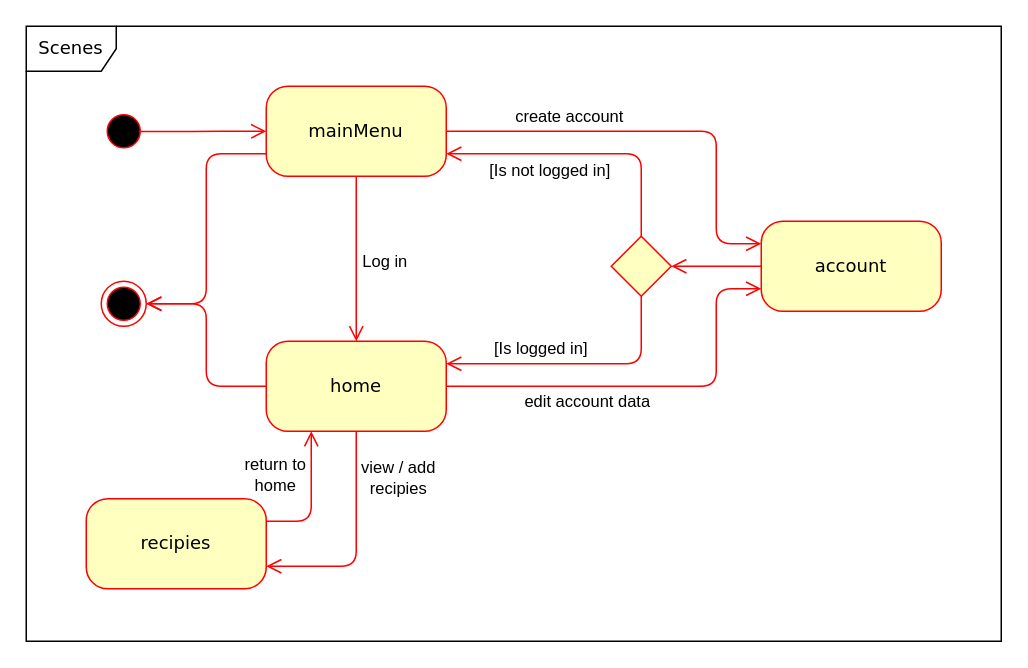
se-buw/nutri-buddy keeps this draw.io diagram as documents/StateChart_Scenes.drawio. Above is the earlier version. Source tidied: cells renumbered, new cells numbered last; positions are measured from the earlier drawing's top-left corner, leaving out a move shared by most shapes. Both pictures are drawn from the tidied source at 150%, with x=0, y=0 at pixel (26, 26).
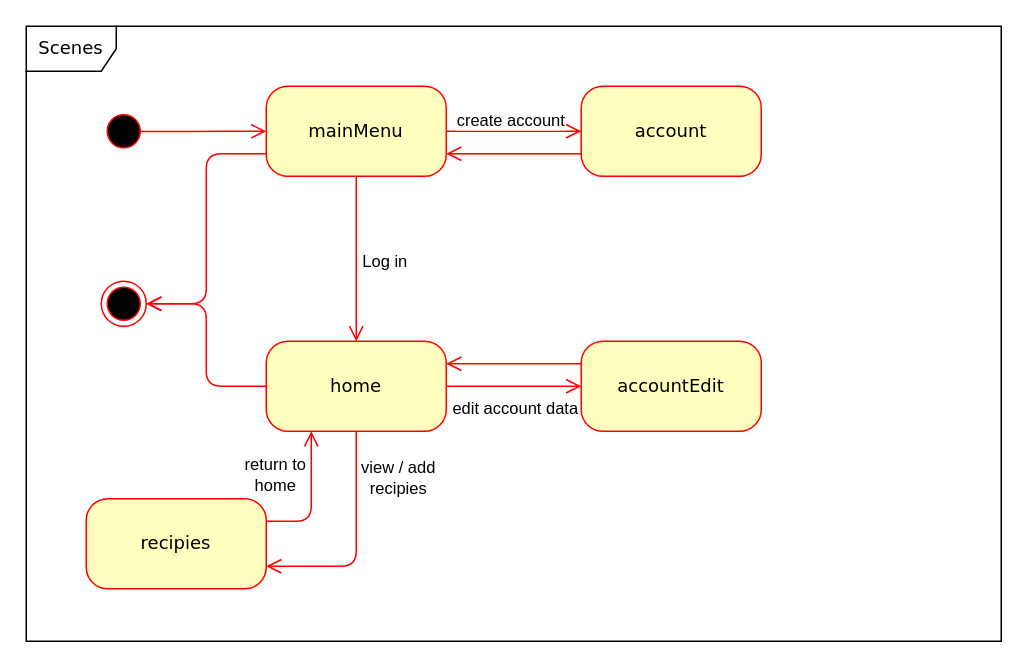
The same page after the edit.

Commit message (it also covers changes not shown here):
overwork overview

The change refers to these unchanged cells:
```xml
<mxCell id="4" value="home" style="rounded=1;whiteSpace=wrap;html=1;arcSize=24;fillColor=#ffffc0;strokeColor=#ff0000;shadow=0;comic=0;labelBackgroundColor=none;fontFamily=Verdana;fontSize=12;fontColor=#000000;align=center;" parent="1" vertex="1">
  <mxGeometry x="160" y="210" width="120" height="60" as="geometry" />
</mxCell>
<mxCell id="5" value="mainMenu" style="rounded=1;whiteSpace=wrap;html=1;arcSize=24;fillColor=#ffffc0;strokeColor=#ff0000;shadow=0;comic=0;labelBackgroundColor=none;fontFamily=Verdana;fontSize=12;fontColor=#000000;align=center;" parent="1" vertex="1">
  <mxGeometry x="160" y="40" width="120" height="60" as="geometry" />
</mxCell>
```

Diff of the diagram source:
```diff
@@
     <mxCell id="13" value="account" style="rounded=1;whiteSpace=wrap;html=1;arcSize=24;fillColor=#FFFFC0;strokeColor=#FF0000;shadow=0;comic=0;labelBackgroundColor=none;fontFamily=Verdana;fontSize=12;fontColor=#000000;align=center;" parent="1" vertex="1">
-      <mxGeometry x="490" y="130" width="120" height="60" as="geometry" />
+      <mxGeometry x="370" y="40" width="120" height="60" as="geometry" />
     </mxCell>
-    <mxCell id="14" style="edgeStyle=orthogonalEdgeStyle;html=1;exitX=1;exitY=0.5;labelBackgroundColor=none;endArrow=open;endSize=8;strokeColor=#ff0000;fontFamily=Verdana;fontSize=12;align=left;exitDx=0;exitDy=0;entryX=0;entryY=0.25;entryDx=0;entryDy=0;" parent="1" edge="1" source="5" target="13">
+    <mxCell id="14" style="edgeStyle=orthogonalEdgeStyle;html=1;exitX=1;exitY=0.5;labelBackgroundColor=none;endArrow=open;endSize=8;strokeColor=#ff0000;fontFamily=Verdana;fontSize=12;align=left;exitDx=0;exitDy=0;entryX=0;entryY=0.5;entryDx=0;entryDy=0;" parent="1" edge="1" source="5" target="13">
       <mxGeometry relative="1" as="geometry">
         <Array as="points">
-          <mxPoint x="460" y="70" />
-          <mxPoint x="460" y="145" />
+          <mxPoint x="360" y="70" />
+          <mxPoint x="360" y="70" />
         </Array>
       </mxGeometry>
     </mxCell>
     <mxCell id="15" value="create account" style="edgeLabel;html=1;align=center;verticalAlign=middle;" parent="14" vertex="1">
       <mxGeometry x="-0.4" y="1" relative="1" as="geometry">
-        <mxPoint x="-5" y="-10" as="offset" />
+        <mxPoint x="15" y="-7" as="offset" />
       </mxGeometry>
     </mxCell>
-    <mxCell id="16" style="edgeStyle=orthogonalEdgeStyle;html=1;exitX=1;exitY=0.5;labelBackgroundColor=none;endArrow=open;endSize=8;strokeColor=#ff0000;fontFamily=Verdana;fontSize=12;align=left;exitDx=0;exitDy=0;entryX=0;entryY=0.75;entryDx=0;entryDy=0;" parent="1" edge="1" source="4" target="13">
+    <mxCell id="16" style="edgeStyle=orthogonalEdgeStyle;html=1;exitX=1;exitY=0.5;labelBackgroundColor=none;endArrow=open;endSize=8;strokeColor=#ff0000;fontFamily=Verdana;fontSize=12;align=left;exitDx=0;exitDy=0;entryX=0;entryY=0.5;entryDx=0;entryDy=0;" parent="1" edge="1" source="4" target="28">
       <mxGeometry relative="1" as="geometry">
         <Array as="points">
-          <mxPoint x="460" y="240" />
-          <mxPoint x="460" y="175" />
+          <mxPoint x="360" y="240" />
+          <mxPoint x="360" y="240" />
         </Array>
       </mxGeometry>
     </mxCell>
     <mxCell id="17" value="edit account data" style="edgeLabel;html=1;align=center;verticalAlign=middle;" parent="16" vertex="1">
       <mxGeometry x="-0.11" y="1" relative="1" as="geometry">
-        <mxPoint x="-29" y="10" as="offset" />
+        <mxPoint x="5" y="15" as="offset" />
       </mxGeometry>
     </mxCell>
-    <mxCell id="18" style="edgeStyle=orthogonalEdgeStyle;html=1;exitX=0;exitY=0.5;labelBackgroundColor=none;endArrow=open;endSize=8;strokeColor=#ff0000;fontFamily=Verdana;fontSize=12;align=left;exitDx=0;exitDy=0;entryX=1;entryY=0.5;entryDx=0;entryDy=0;" parent="1" edge="1" source="13" target="19">
+    <mxCell id="18" style="edgeStyle=orthogonalEdgeStyle;html=1;exitX=0;exitY=0.75;labelBackgroundColor=none;endArrow=open;endSize=8;strokeColor=#ff0000;fontFamily=Verdana;fontSize=12;align=left;exitDx=0;exitDy=0;entryX=1;entryY=0.75;entryDx=0;entryDy=0;" parent="1" edge="1" source="13" target="5">
       <mxGeometry relative="1" as="geometry">
         <Array as="points">
-          <mxPoint x="440" y="160" />
+          <mxPoint x="360" y="85" />
+          <mxPoint x="360" y="85" />
         </Array>
       </mxGeometry>
     </mxCell>
-    <mxCell id="19" style="rhombus;whiteSpace=wrap;html=1;fillColor=#FFFFC0;strokeColor=#FF0000;" parent="1" vertex="1">
-      <mxGeometry x="390" y="140" width="40" height="40" as="geometry" />
-    </mxCell>
-    <mxCell id="20" style="edgeStyle=orthogonalEdgeStyle;html=1;exitX=0.5;exitY=1;labelBackgroundColor=none;endArrow=open;endSize=8;strokeColor=#ff0000;fontFamily=Verdana;fontSize=12;align=left;exitDx=0;exitDy=0;entryX=1;entryY=0.25;entryDx=0;entryDy=0;" parent="1" edge="1" source="19" target="4">
-      <mxGeometry relative="1" as="geometry">
-        <Array as="points">
-          <mxPoint x="410" y="225" />
-        </Array>
-      </mxGeometry>
+    <mxCell id="20" style="edgeStyle=orthogonalEdgeStyle;html=1;exitX=0;exitY=0.25;labelBackgroundColor=none;endArrow=open;endSize=8;strokeColor=#ff0000;fontFamily=Verdana;fontSize=12;align=left;exitDx=0;exitDy=0;entryX=1;entryY=0.25;entryDx=0;entryDy=0;" parent="1" edge="1" source="28" target="4">
+      <mxGeometry relative="1" as="geometry" />
     </mxCell>
-    <mxCell id="21" value="[Is logged in]" style="edgeLabel;html=1;align=center;verticalAlign=middle;" parent="20" vertex="1">
-      <mxGeometry x="-0.61" y="1" relative="1" as="geometry">
-        <mxPoint x="-69" as="offset" />
-      </mxGeometry>
-    </mxCell>
-    <mxCell id="22" style="edgeStyle=orthogonalEdgeStyle;html=1;exitX=0.5;exitY=0;labelBackgroundColor=none;endArrow=open;endSize=8;strokeColor=#ff0000;fontFamily=Verdana;fontSize=12;align=left;exitDx=0;exitDy=0;entryX=1;entryY=0.75;entryDx=0;entryDy=0;" parent="1" edge="1" source="19" target="5">
-      <mxGeometry relative="1" as="geometry">
-        <Array as="points">
-          <mxPoint x="410" y="85" />
-        </Array>
-      </mxGeometry>
-    </mxCell>
-    <mxCell id="23" value="[Is not logged in]" style="edgeLabel;html=1;align=center;verticalAlign=middle;" parent="22" vertex="1">
-      <mxGeometry x="-0.81" y="2" relative="1" as="geometry">
-        <mxPoint x="-60" y="-27" as="offset" />
-      </mxGeometry>
-    </mxCell>
@@
+    <mxCell id="28" value="accountEdit" style="rounded=1;whiteSpace=wrap;html=1;arcSize=24;fillColor=#FFFFC0;strokeColor=#FF0000;shadow=0;comic=0;labelBackgroundColor=none;fontFamily=Verdana;fontSize=12;fontColor=#000000;align=center;" parent="1" vertex="1">
+      <mxGeometry x="370" y="210" width="120" height="60" as="geometry" />
+    </mxCell>
```
